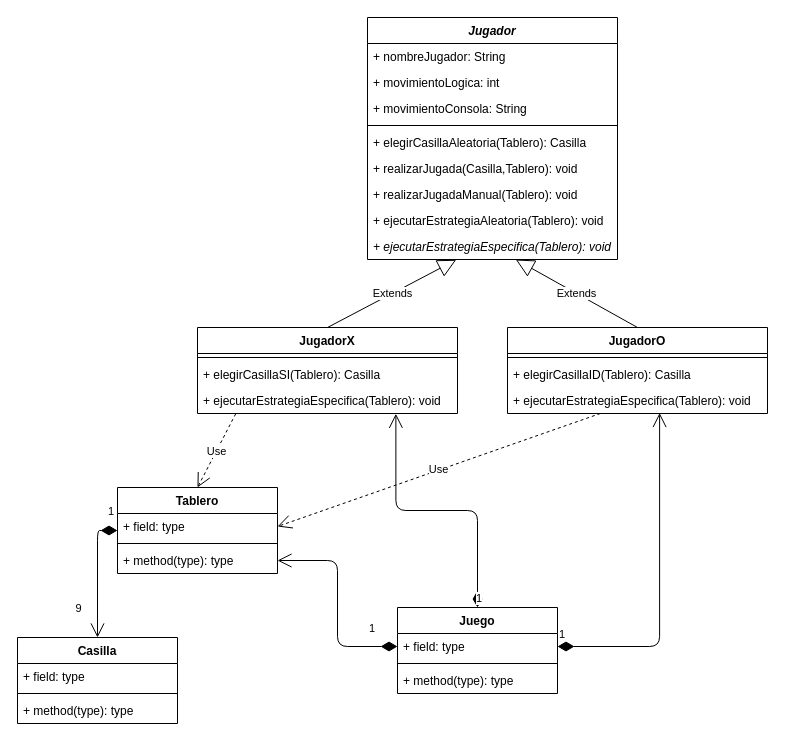
Earlier version of the draw.io diagram P45/Clase9/UML_TresEnRaya.drawio (luismescobarf/clasesCiclo2). Source tidied: cells renumbered, new cells numbered last; positions are measured from the earlier drawing's top-left corner, leaving out a move shared by most shapes. Both pictures are drawn from the tidied source at 100%, with x=0, y=0 at pixel (17, 17).
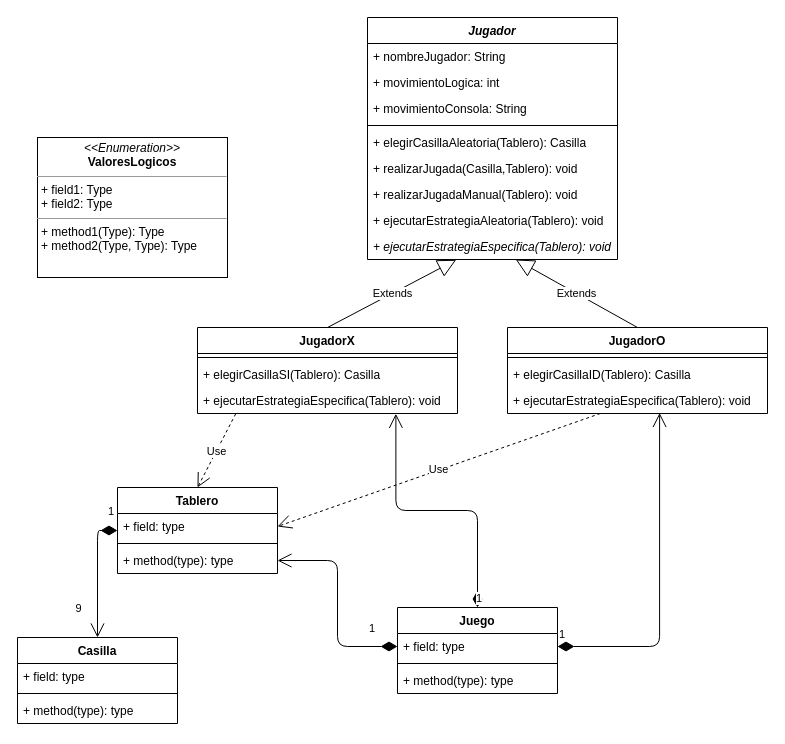
After the change.

The edit, as a diff of the source:
```diff
@@
+    <mxCell id="41" value="&lt;p style=&quot;margin: 0px ; margin-top: 4px ; text-align: center&quot;&gt;&lt;i&gt;&amp;lt;&amp;lt;Enumeration&amp;gt;&amp;gt;&lt;/i&gt;&lt;br&gt;&lt;b&gt;ValoresLogicos&lt;/b&gt;&lt;/p&gt;&lt;hr size=&quot;1&quot;&gt;&lt;p style=&quot;margin: 0px ; margin-left: 4px&quot;&gt;+ field1: Type&lt;br&gt;+ field2: Type&lt;/p&gt;&lt;hr size=&quot;1&quot;&gt;&lt;p style=&quot;margin: 0px ; margin-left: 4px&quot;&gt;+ method1(Type): Type&lt;br&gt;+ method2(Type, Type): Type&lt;/p&gt;" style="verticalAlign=top;align=left;overflow=fill;fontSize=12;fontFamily=Helvetica;html=1;" parent="1" vertex="1">
+      <mxGeometry x="20" y="120" width="190" height="140" as="geometry" />
+    </mxCell>
```
